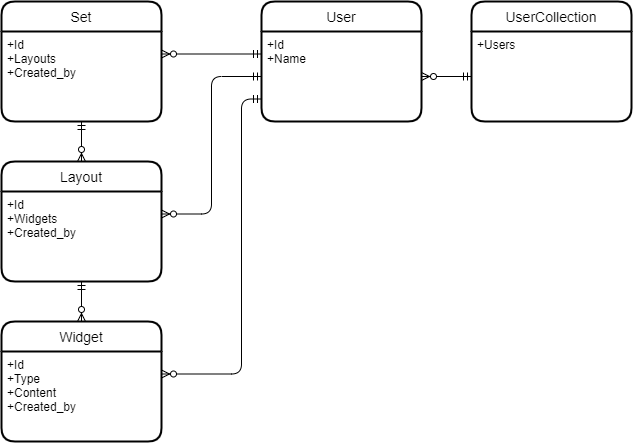
Earlier version of the draw.io export images/nautto_concepts_and_relations.png (jarkkokotaniemi/Nautto). Source tidied: cells renumbered, new cells last; positions are measured from the earlier drawing's top-left corner, leaving out a move shared by most shapes. Source of this version:
```xml
<mxGraphModel>
  <root>
    <mxCell id="0" />
    <mxCell id="1" parent="0" />
    <mxCell id="2" value="Set" style="swimlane;horizontal=1;startSize=30;rounded=1;fontSize=14;fontStyle=0;strokeWidth=2;shadow=0;dashed=0;align=center;" parent="1" vertex="1">
      <mxGeometry width="160" height="120" as="geometry" />
    </mxCell>
    <mxCell id="3" value="+Id&#10;+Layouts&#10;+Created_by" style="align=left;strokeColor=none;fillColor=none;spacingLeft=4;fontSize=12;verticalAlign=top;" parent="2" vertex="1">
      <mxGeometry y="30" width="160" height="90" as="geometry" />
    </mxCell>
    <mxCell id="4" value="Layout" style="swimlane;horizontal=1;startSize=30;rounded=1;fontSize=14;fontStyle=0;strokeWidth=2;shadow=0;dashed=0;align=center;" parent="1" vertex="1">
      <mxGeometry y="160" width="160" height="120" as="geometry" />
    </mxCell>
    <mxCell id="5" value="+Id&#10;+Widgets&#10;+Created_by" style="align=left;strokeColor=none;fillColor=none;spacingLeft=4;fontSize=12;verticalAlign=top;" parent="4" vertex="1">
      <mxGeometry y="30" width="160" height="90" as="geometry" />
    </mxCell>
    <mxCell id="6" value="Widget" style="swimlane;horizontal=1;startSize=30;rounded=1;fontSize=14;fontStyle=0;strokeWidth=2;shadow=0;dashed=0;align=center;" parent="1" vertex="1">
      <mxGeometry y="320" width="160" height="120" as="geometry" />
    </mxCell>
    <mxCell id="7" value="+Id&#10;+Type&#10;+Content&#10;+Created_by" style="align=left;strokeColor=none;fillColor=none;spacingLeft=4;fontSize=12;verticalAlign=top;" parent="6" vertex="1">
      <mxGeometry y="30" width="160" height="90" as="geometry" />
    </mxCell>
    <mxCell id="8" value="User" style="swimlane;horizontal=1;startSize=30;rounded=1;fontSize=14;fontStyle=0;strokeWidth=2;shadow=0;dashed=0;align=center;" parent="1" vertex="1">
      <mxGeometry x="260" width="160" height="120" as="geometry" />
    </mxCell>
    <mxCell id="9" value="+Id&#10;+Name" style="align=left;strokeColor=none;fillColor=none;spacingLeft=4;fontSize=12;verticalAlign=top;" parent="8" vertex="1">
      <mxGeometry y="30" width="160" height="90" as="geometry" />
    </mxCell>
    <mxCell id="10" style="edgeStyle=orthogonalEdgeStyle;fontSize=12;html=1;endArrow=ERzeroToMany;startArrow=ERmandOne;exitX=0.5;exitY=1;exitDx=0;exitDy=0;entryX=0.5;entryY=0;entryDx=0;entryDy=0;" parent="1" edge="1" source="5" target="6">
      <mxGeometry relative="1" as="geometry" />
    </mxCell>
    <mxCell id="11" style="edgeStyle=orthogonalEdgeStyle;fontSize=12;html=1;endArrow=ERzeroToMany;startArrow=ERmandOne;exitX=0.5;exitY=1;exitDx=0;exitDy=0;" parent="1" edge="1" source="3">
      <mxGeometry relative="1" as="geometry">
        <mxPoint x="80" y="160" as="targetPoint" />
      </mxGeometry>
    </mxCell>
    <mxCell id="12" style="edgeStyle=orthogonalEdgeStyle;fontSize=12;html=1;endArrow=ERzeroToMany;startArrow=ERmandOne;exitX=0;exitY=0.25;exitDx=0;exitDy=0;entryX=1;entryY=0.25;entryDx=0;entryDy=0;" parent="1" edge="1" source="9" target="3">
      <mxGeometry relative="1" as="geometry" />
    </mxCell>
    <mxCell id="13" style="edgeStyle=orthogonalEdgeStyle;fontSize=12;html=1;endArrow=ERzeroToMany;startArrow=ERmandOne;entryX=1;entryY=0.25;entryDx=0;entryDy=0;exitX=0;exitY=0.5;exitDx=0;exitDy=0;" parent="1" edge="1" source="9" target="5">
      <mxGeometry relative="1" as="geometry" />
    </mxCell>
    <mxCell id="14" style="edgeStyle=orthogonalEdgeStyle;fontSize=12;html=1;endArrow=ERzeroToMany;startArrow=ERmandOne;entryX=1;entryY=0.25;entryDx=0;entryDy=0;exitX=0;exitY=0.75;exitDx=0;exitDy=0;" parent="1" edge="1" source="9" target="7">
      <mxGeometry relative="1" as="geometry">
        <Array as="points">
          <mxPoint x="240" y="98" />
          <mxPoint x="240" y="372" />
        </Array>
      </mxGeometry>
    </mxCell>
    <mxCell id="15" value="UserCollection" style="swimlane;horizontal=1;startSize=30;rounded=1;fontSize=14;fontStyle=0;strokeWidth=2;shadow=0;dashed=0;align=center;" parent="1" vertex="1">
      <mxGeometry x="470" width="160" height="120" as="geometry" />
    </mxCell>
    <mxCell id="16" value="+Users" style="align=left;strokeColor=none;fillColor=none;spacingLeft=4;fontSize=12;verticalAlign=top;" parent="15" vertex="1">
      <mxGeometry y="30" width="160" height="90" as="geometry" />
    </mxCell>
    <mxCell id="17" style="edgeStyle=orthogonalEdgeStyle;fontSize=12;html=1;endArrow=ERzeroToMany;startArrow=ERmandOne;exitX=0;exitY=0.5;exitDx=0;exitDy=0;" parent="1" edge="1" source="16" target="9">
      <mxGeometry relative="1" as="geometry" />
    </mxCell>
  </root>
</mxGraphModel>
```
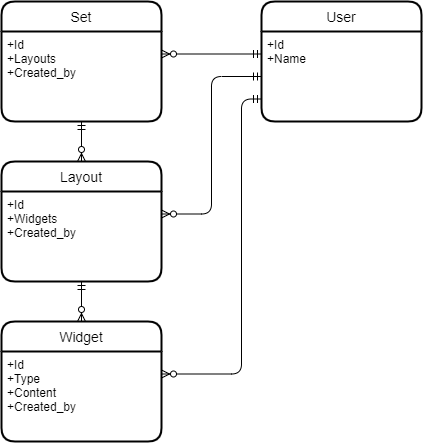
Above is the later version.

Commit message:
edited concepts_and_relations image

Change to the diagram source:
```diff
@@ -48,14 +48,5 @@
         </Array>
       </mxGeometry>
     </mxCell>
-    <mxCell id="15" value="UserCollection" style="swimlane;horizontal=1;startSize=30;rounded=1;fontSize=14;fontStyle=0;strokeWidth=2;shadow=0;dashed=0;align=center;" parent="1" vertex="1">
-      <mxGeometry x="470" width="160" height="120" as="geometry" />
-    </mxCell>
-    <mxCell id="16" value="+Users" style="align=left;strokeColor=none;fillColor=none;spacingLeft=4;fontSize=12;verticalAlign=top;" parent="15" vertex="1">
-      <mxGeometry y="30" width="160" height="90" as="geometry" />
-    </mxCell>
-    <mxCell id="17" style="edgeStyle=orthogonalEdgeStyle;fontSize=12;html=1;endArrow=ERzeroToMany;startArrow=ERmandOne;exitX=0;exitY=0.5;exitDx=0;exitDy=0;" parent="1" edge="1" source="16" target="9">
-      <mxGeometry relative="1" as="geometry" />
-    </mxCell>
   </root>
 </mxGraphModel>
```
